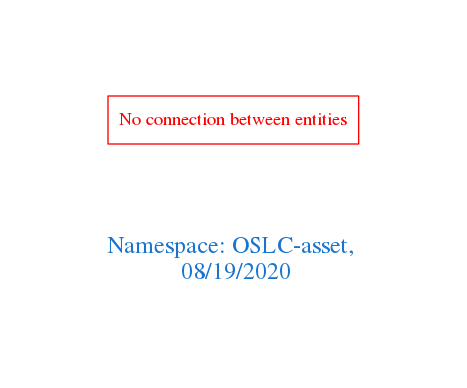
Earlier version of the Graphviz export downloads/OSLC-asset.png (arago/OGIT). Its source is kept beside it as downloads/OSLC-asset.dot.
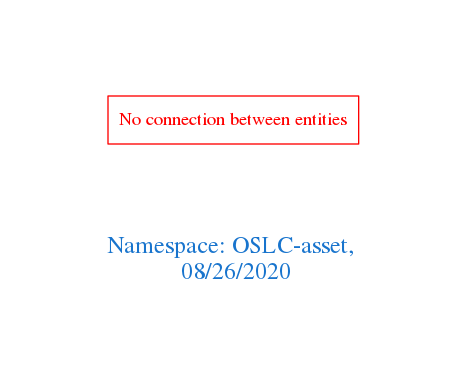
After the commit.

What changed in the source:
```diff
@@ -1,7 +1,7 @@
 digraph OGIT_ontology {
  graph [ rankdir= LR,pad=1
 fontsize = 18,
-fontcolor= dodgerblue3,label = "\n\n\nNamespace: OSLC-asset, \n 08/19/2020"];
+fontcolor= dodgerblue3,label = "\n\n\nNamespace: OSLC-asset, \n 08/26/2020"];
 node[shape=polygon];
 edge [  color="gray81"];
 
```
